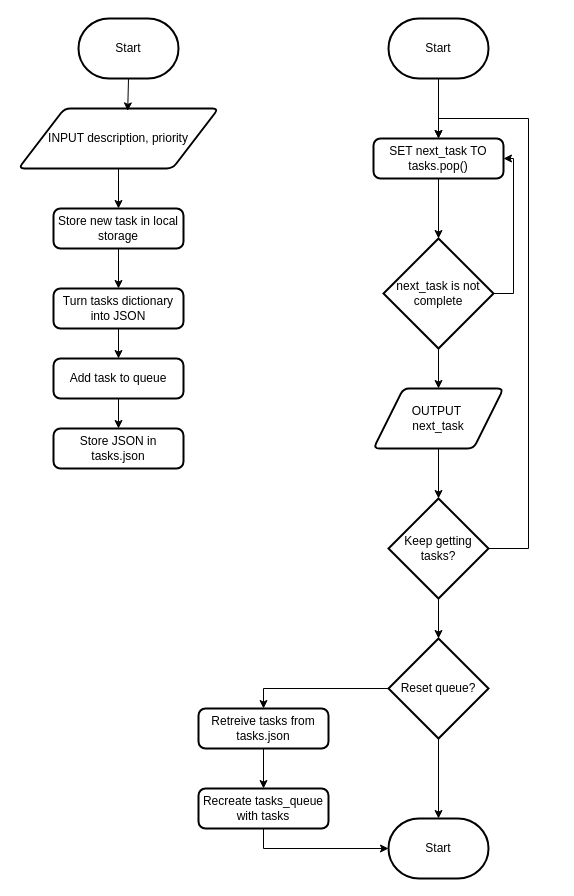
Jayden-Briffa/task-tracker-datacapture keeps this draw.io diagram as planning/flowcharts.drawio. Above is the earlier version. Source tidied: cells renumbered, new cells numbered last; positions are measured from the earlier drawing's top-left corner, leaving out a move shared by most shapes. Both pictures are drawn from the tidied source at 100%, with x=0, y=0 at pixel (18, 18).
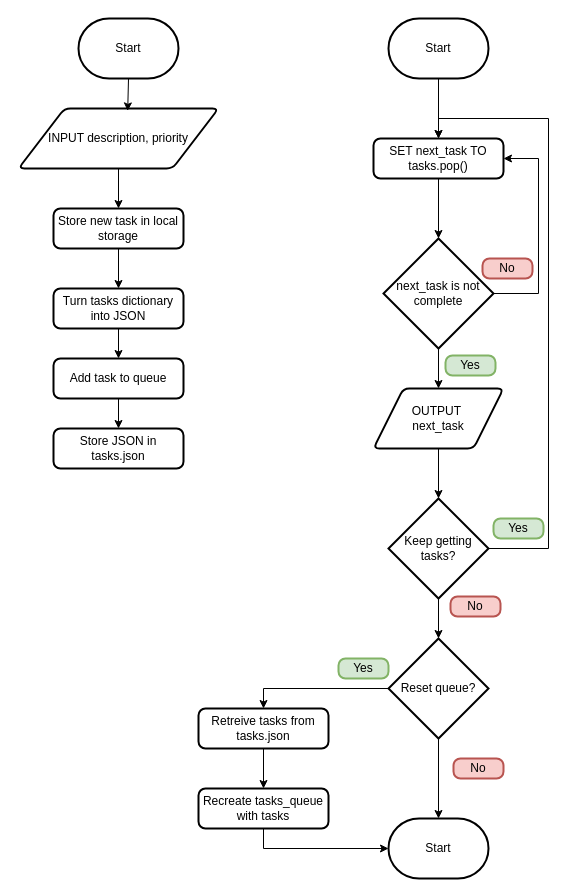
The same diagram, later.

The change refers to these unchanged cells:
```xml
<mxCell id="15" value="SET next_task TO tasks.pop()" style="rounded=1;whiteSpace=wrap;html=1;absoluteArcSize=1;arcSize=14;strokeWidth=2;" parent="1" vertex="1">
  <mxGeometry x="355" y="120" width="130" height="40" as="geometry" />
</mxCell>
<mxCell id="17" value="Keep getting tasks?" style="strokeWidth=2;html=1;shape=mxgraph.flowchart.decision;whiteSpace=wrap;" parent="1" vertex="1">
  <mxGeometry x="370" y="480" width="100" height="100" as="geometry" />
</mxCell>
<mxCell id="20" value="next_task is not complete" style="strokeWidth=2;html=1;shape=mxgraph.flowchart.decision;whiteSpace=wrap;" parent="1" vertex="1">
  <mxGeometry x="365" y="220" width="110" height="110" as="geometry" />
</mxCell>
```

Change to the diagram source:
```diff
@@
     <mxCell id="16" style="edgeStyle=orthogonalEdgeStyle;rounded=0;jettySize=auto;html=1;exitX=1;exitY=0.5;exitDx=0;exitDy=0;exitPerimeter=0;entryX=0.5;entryY=0;entryDx=0;entryDy=0;" parent="1" edge="1" source="17" target="15">
       <mxGeometry relative="1" as="geometry">
         <Array as="points">
-          <mxPoint x="510" y="530" />
-          <mxPoint x="510" y="100" />
+          <mxPoint x="530" y="530" />
+          <mxPoint x="530" y="100" />
           <mxPoint x="420" y="100" />
         </Array>
       </mxGeometry>
     </mxCell>
@@
     <mxCell id="18" style="edgeStyle=orthogonalEdgeStyle;rounded=0;jettySize=auto;html=1;exitX=1;exitY=0.5;exitDx=0;exitDy=0;exitPerimeter=0;entryX=1;entryY=0.5;entryDx=0;entryDy=0;" parent="1" edge="1" source="20" target="15">
-      <mxGeometry relative="1" as="geometry" />
+      <mxGeometry relative="1" as="geometry">
+        <Array as="points">
+          <mxPoint x="520" y="275" />
+          <mxPoint x="520" y="140" />
+        </Array>
+      </mxGeometry>
     </mxCell>
@@
+    <mxCell id="33" value="Yes" style="rounded=1;whiteSpace=wrap;html=1;absoluteArcSize=1;arcSize=14;strokeWidth=2;fillColor=#d5e8d4;strokeColor=#82b366;fontStyle=0;" parent="1" vertex="1">
+      <mxGeometry x="475" y="500" width="50" height="20" as="geometry" />
+    </mxCell>
+    <mxCell id="34" value="Yes" style="rounded=1;whiteSpace=wrap;html=1;absoluteArcSize=1;arcSize=14;strokeWidth=2;fillColor=#d5e8d4;strokeColor=#82b366;fontStyle=0;" parent="1" vertex="1">
+      <mxGeometry x="320" y="640" width="50" height="20" as="geometry" />
+    </mxCell>
+    <mxCell id="35" value="No" style="rounded=1;whiteSpace=wrap;html=1;absoluteArcSize=1;arcSize=14;strokeWidth=2;fillColor=#f8cecc;strokeColor=#b85450;fontStyle=0;" parent="1" vertex="1">
+      <mxGeometry x="432" y="578" width="50" height="20" as="geometry" />
+    </mxCell>
+    <mxCell id="36" value="No" style="rounded=1;whiteSpace=wrap;html=1;absoluteArcSize=1;arcSize=14;strokeWidth=2;fillColor=#f8cecc;strokeColor=#b85450;fontStyle=0;" parent="1" vertex="1">
+      <mxGeometry x="435" y="740" width="50" height="20" as="geometry" />
+    </mxCell>
+    <mxCell id="37" value="Yes" style="rounded=1;whiteSpace=wrap;html=1;absoluteArcSize=1;arcSize=14;strokeWidth=2;fillColor=#d5e8d4;strokeColor=#82b366;fontStyle=0;" parent="1" vertex="1">
+      <mxGeometry x="427" y="337" width="50" height="20" as="geometry" />
+    </mxCell>
+    <mxCell id="38" value="No" style="rounded=1;whiteSpace=wrap;html=1;absoluteArcSize=1;arcSize=14;strokeWidth=2;fillColor=#f8cecc;strokeColor=#b85450;fontStyle=0;" parent="1" vertex="1">
+      <mxGeometry x="464" y="240" width="50" height="20" as="geometry" />
+    </mxCell>
```
